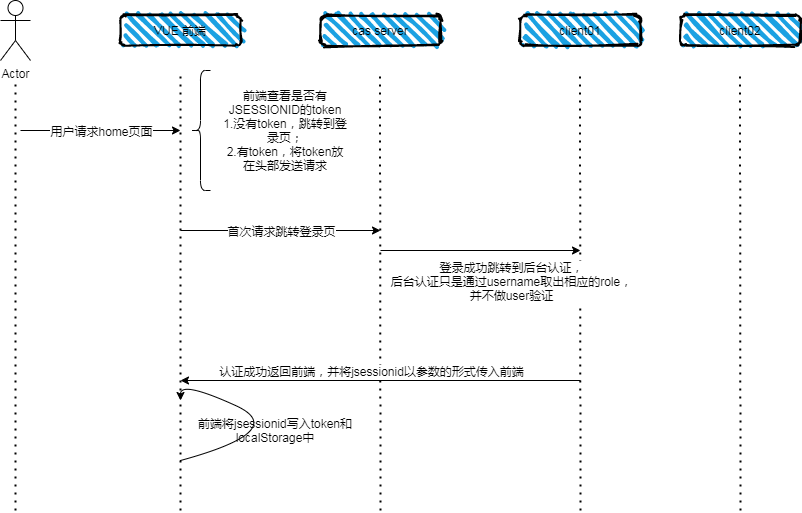
Above: casbpm.png in daofuzhang/demo (draw.io), before the change. Source tidied: cells renumbered, new cells last; positions are measured from the earlier drawing's top-left corner, leaving out a move shared by most shapes.
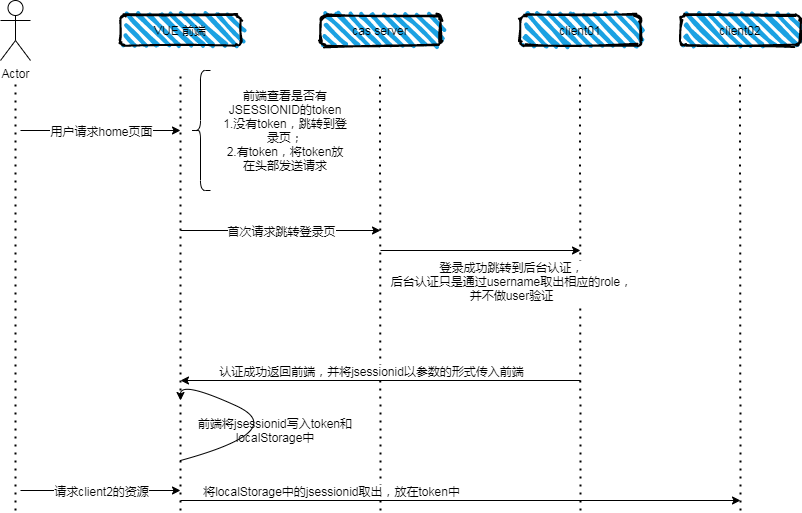
Above is the later version.

What changed in the source:
```diff
@@ -106,5 +106,25 @@
     <mxCell id="23" value="前端将jsessionid写入token和localStorage中" style="text;html=1;strokeColor=none;fillColor=none;align=center;verticalAlign=middle;whiteSpace=wrap;rounded=0;" parent="1" vertex="1">
       <mxGeometry x="190" y="420" width="170" height="20" as="geometry" />
     </mxCell>
+    <mxCell id="24" style="endArrow=classic;html=1;" parent="1" edge="1">
+      <mxGeometry relative="1" as="geometry">
+        <mxPoint x="20" y="490" as="sourcePoint" />
+        <mxPoint x="180" y="490" as="targetPoint" />
+      </mxGeometry>
+    </mxCell>
+    <mxCell id="25" value="请求client2的资源" style="edgeLabel;html=1;align=center;verticalAlign=middle;" parent="24" vertex="1">
+      <mxGeometry relative="1" as="geometry" />
+    </mxCell>
+    <mxCell id="26" style="endArrow=classic;html=1;" parent="1" edge="1">
+      <mxGeometry relative="1" as="geometry">
+        <mxPoint x="180" y="500" as="sourcePoint" />
+        <mxPoint x="740" y="500" as="targetPoint" />
+      </mxGeometry>
+    </mxCell>
+    <mxCell id="27" value="将localStorage中的jsessionid取出，放在token中" style="edgeLabel;html=1;align=center;verticalAlign=middle;" parent="26" vertex="1">
+      <mxGeometry relative="1" as="geometry">
+        <mxPoint x="-130" y="-10" as="offset" />
+      </mxGeometry>
+    </mxCell>
   </root>
 </mxGraphModel>
```
